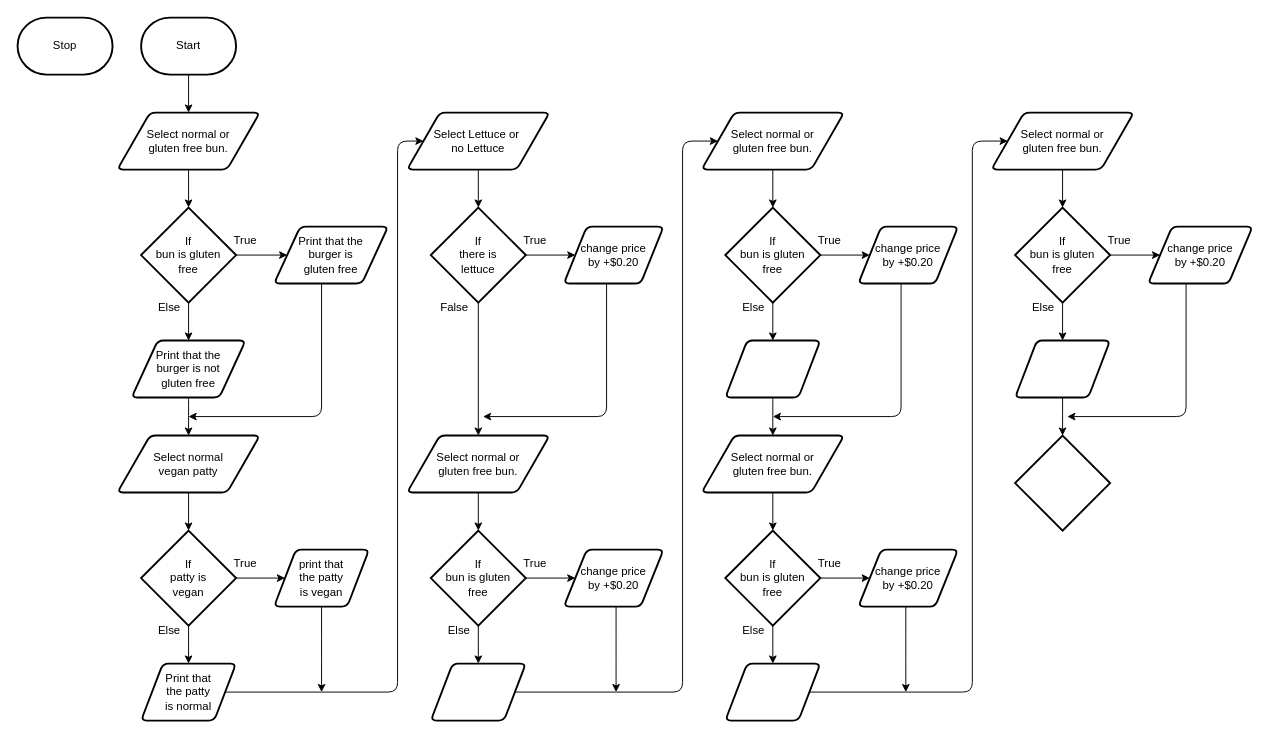
Earlier version of the draw.io diagram design/flowchart.drawio (MTHS-ICD2O-1-2023/ICD2O-Assignment-04-Adam-Batiuk). Source tidied: cells renumbered, new cells numbered last; positions are measured from the earlier drawing's top-left corner, leaving out a move shared by most shapes. Both pictures are drawn from the tidied source at 95%, with x=0, y=0 at pixel (17, 17).
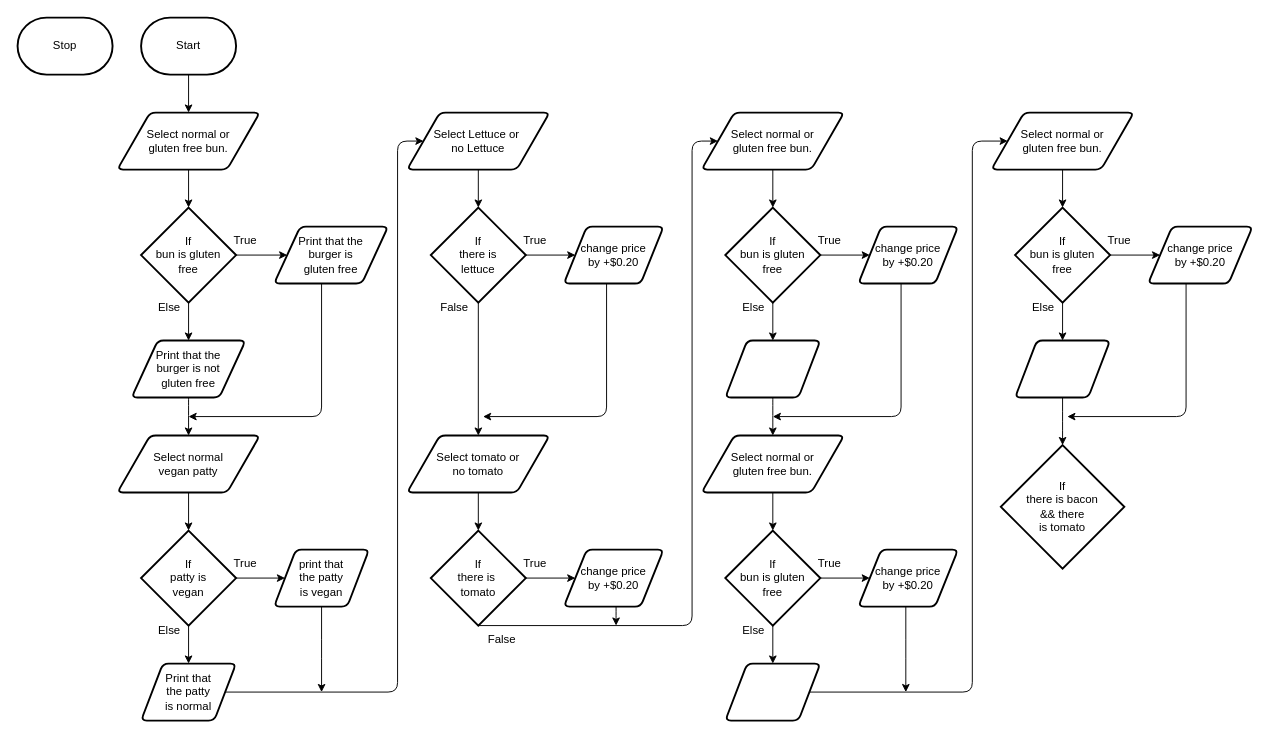
The same page after the edit.

Unchanged cells that the change refers to:
```xml
<mxCell id="42" value="change price&lt;br&gt;by +$0.20" style="shape=parallelogram;html=1;strokeWidth=2;perimeter=parallelogramPerimeter;whiteSpace=wrap;rounded=1;arcSize=12;size=0.23;" parent="1" vertex="1">
  <mxGeometry x="575" y="560" width="105" height="60" as="geometry" />
</mxCell>
<mxCell id="48" value="Select normal or &lt;br&gt;gluten free bun." style="shape=parallelogram;html=1;strokeWidth=2;perimeter=parallelogramPerimeter;whiteSpace=wrap;rounded=1;arcSize=12;size=0.23;" parent="1" vertex="1">
  <mxGeometry x="720" y="100" width="150" height="60" as="geometry" />
</mxCell>
```

The edit, as a diff of the source:
```diff
@@
-    <mxCell id="37" value="Select normal or &lt;br&gt;gluten free bun." style="shape=parallelogram;html=1;strokeWidth=2;perimeter=parallelogramPerimeter;whiteSpace=wrap;rounded=1;arcSize=12;size=0.23;" parent="1" vertex="1">
+    <mxCell id="37" value="Select tomato or&lt;br&gt;no tomato" style="shape=parallelogram;html=1;strokeWidth=2;perimeter=parallelogramPerimeter;whiteSpace=wrap;rounded=1;arcSize=12;size=0.23;" parent="1" vertex="1">
       <mxGeometry x="410" y="440" width="150" height="60" as="geometry" />
     </mxCell>
@@
-    <mxCell id="39" style="edgeStyle=none;html=1;" parent="1" edge="1" source="40" target="44">
-      <mxGeometry relative="1" as="geometry" />
-    </mxCell>
+    <mxCell id="81" style="edgeStyle=elbowEdgeStyle;html=1;exitX=0.5;exitY=1;exitDx=0;exitDy=0;exitPerimeter=0;" parent="1" edge="1" source="40" target="48">
+      <mxGeometry relative="1" as="geometry">
+        <Array as="points">
+          <mxPoint x="710" y="360" />
+        </Array>
+      </mxGeometry>
+    </mxCell>
-    <mxCell id="40" value="If&lt;br&gt;bun is gluten &lt;br&gt;free" style="strokeWidth=2;html=1;shape=mxgraph.flowchart.decision;whiteSpace=wrap;" parent="1" vertex="1">
+    <mxCell id="40" value="If&lt;br&gt;there is&amp;nbsp;&lt;br&gt;tomato" style="strokeWidth=2;html=1;shape=mxgraph.flowchart.decision;whiteSpace=wrap;" parent="1" vertex="1">
       <mxGeometry x="435" y="540" width="100" height="100" as="geometry" />
     </mxCell>
     <mxCell id="41" style="edgeStyle=elbowEdgeStyle;html=1;" parent="1" edge="1" source="42">
       <mxGeometry relative="1" as="geometry">
-        <mxPoint x="630" y="710" as="targetPoint" />
+        <mxPoint x="630" y="640" as="targetPoint" />
       </mxGeometry>
     </mxCell>
@@
-    <mxCell id="43" style="edgeStyle=elbowEdgeStyle;html=1;" parent="1" edge="1" source="44" target="48">
-      <mxGeometry relative="1" as="geometry">
-        <Array as="points">
-          <mxPoint x="700" y="410" />
-        </Array>
-      </mxGeometry>
-    </mxCell>
-    <mxCell id="44" style="shape=parallelogram;html=1;strokeWidth=2;perimeter=parallelogramPerimeter;whiteSpace=wrap;rounded=1;arcSize=12;size=0.23;" parent="1" vertex="1">
-      <mxGeometry x="435" y="680" width="100" height="60" as="geometry" />
-    </mxCell>
@@
-    <mxCell id="46" value="Else" style="text;html=1;strokeColor=none;fillColor=none;align=center;verticalAlign=middle;whiteSpace=wrap;rounded=0;" parent="1" vertex="1">
-      <mxGeometry x="435" y="630" width="60" height="30" as="geometry" />
+    <mxCell id="46" value="False" style="text;html=1;strokeColor=none;fillColor=none;align=center;verticalAlign=middle;whiteSpace=wrap;rounded=0;" parent="1" vertex="1">
+      <mxGeometry x="480" y="640" width="60" height="30" as="geometry" />
     </mxCell>
@@
-    <mxCell id="80" style="strokeWidth=2;html=1;shape=mxgraph.flowchart.decision;whiteSpace=wrap;" parent="1" vertex="1">
-      <mxGeometry x="1050" y="440" width="100" height="100" as="geometry" />
+    <mxCell id="80" value="If&lt;br&gt;there is bacon&lt;br&gt;&amp;amp;&amp;amp; there&lt;br&gt;is tomato" style="strokeWidth=2;html=1;shape=mxgraph.flowchart.decision;whiteSpace=wrap;" parent="1" vertex="1">
+      <mxGeometry x="1035" y="450" width="130" height="130" as="geometry" />
     </mxCell>
```
